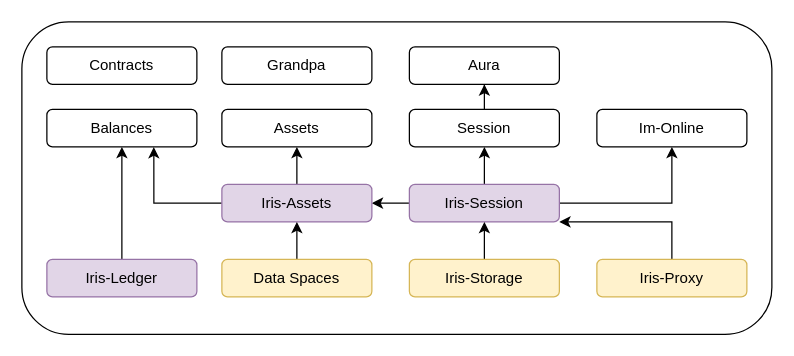
Above: resources/runtime_modules.drawio in ideal-lab5/ideal-lab5.github.io (draw.io), before the change. Source tidied: cells renumbered, new cells numbered last; positions are measured from the earlier drawing's top-left corner, leaving out a move shared by most shapes. Both pictures are drawn from the tidied source at 125%, with x=0, y=0 at pixel (21, 21).
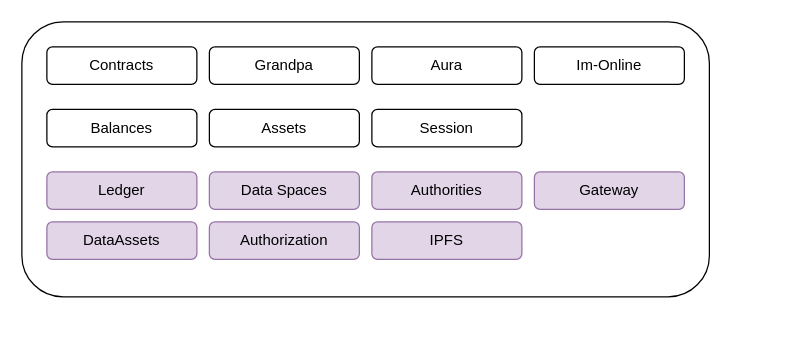
The same page after the edit.

The change refers to these unchanged cells:
```xml
<mxCell id="18" value="Balances" style="rounded=1;whiteSpace=wrap;html=1;" parent="1" vertex="1">
  <mxGeometry x="20" y="70" width="120" height="30" as="geometry" />
</mxCell>
```

Change to the diagram source:
```diff
@@
     <mxCell id="2" style="rounded=1;whiteSpace=wrap;html=1;" parent="1" vertex="1">
-      <mxGeometry width="600" height="250" as="geometry" />
+      <mxGeometry width="550" height="220" as="geometry" />
     </mxCell>
     <mxCell id="3" value="Grandpa" style="rounded=1;whiteSpace=wrap;html=1;" parent="1" vertex="1">
-      <mxGeometry x="160" y="20" width="120" height="30" as="geometry" />
+      <mxGeometry x="150" y="20" width="120" height="30" as="geometry" />
     </mxCell>
     <mxCell id="4" value="Aura" style="rounded=1;whiteSpace=wrap;html=1;" parent="1" vertex="1">
-      <mxGeometry x="310" y="20" width="120" height="30" as="geometry" />
+      <mxGeometry x="280" y="20" width="120" height="30" as="geometry" />
     </mxCell>
-    <mxCell id="5" style="edgeStyle=orthogonalEdgeStyle;rounded=1;jettySize=auto;html=1;" parent="1" edge="1" source="8" target="11">
-      <mxGeometry relative="1" as="geometry" />
-    </mxCell>
-    <mxCell id="6" style="edgeStyle=orthogonalEdgeStyle;rounded=0;jettySize=auto;html=1;" parent="1" edge="1" source="8" target="13">
-      <mxGeometry relative="1" as="geometry" />
-    </mxCell>
-    <mxCell id="7" style="edgeStyle=orthogonalEdgeStyle;rounded=0;jettySize=auto;html=1;entryX=0.5;entryY=1;entryDx=0;entryDy=0;" parent="1" edge="1" source="8" target="15">
-      <mxGeometry relative="1" as="geometry">
-        <Array as="points">
-          <mxPoint x="520" y="145" />
-        </Array>
-      </mxGeometry>
-    </mxCell>
-    <mxCell id="8" value="Iris-Session" style="rounded=1;whiteSpace=wrap;html=1;fillColor=#e1d5e7;strokeColor=#9673a6;" parent="1" vertex="1">
-      <mxGeometry x="310" y="130" width="120" height="30" as="geometry" />
+    <mxCell id="8" value="Authorities" style="rounded=1;whiteSpace=wrap;html=1;fillColor=#e1d5e7;strokeColor=#9673a6;" parent="1" vertex="1">
+      <mxGeometry x="280" y="120" width="120" height="30" as="geometry" />
     </mxCell>
-    <mxCell id="9" style="edgeStyle=orthogonalEdgeStyle;rounded=0;jettySize=auto;html=1;" parent="1" edge="1" source="11" target="14">
-      <mxGeometry relative="1" as="geometry" />
-    </mxCell>
-    <mxCell id="10" style="edgeStyle=orthogonalEdgeStyle;rounded=0;jettySize=auto;html=1;entryX=0.713;entryY=1.006;entryDx=0;entryDy=0;entryPerimeter=0;" parent="1" edge="1" source="11" target="18">
-      <mxGeometry relative="1" as="geometry" />
-    </mxCell>
-    <mxCell id="11" value="Iris-Assets" style="rounded=1;whiteSpace=wrap;html=1;fillColor=#e1d5e7;strokeColor=#9673a6;" parent="1" vertex="1">
-      <mxGeometry x="160" y="130" width="120" height="30" as="geometry" />
+    <mxCell id="11" value="DataAssets" style="rounded=1;whiteSpace=wrap;html=1;fillColor=#e1d5e7;strokeColor=#9673a6;" parent="1" vertex="1">
+      <mxGeometry x="20" y="160" width="120" height="30" as="geometry" />
     </mxCell>
-    <mxCell id="12" style="edgeStyle=orthogonalEdgeStyle;rounded=0;jettySize=auto;html=1;" parent="1" edge="1" source="13" target="4">
-      <mxGeometry relative="1" as="geometry" />
-    </mxCell>
     <mxCell id="13" value="Session" style="rounded=1;whiteSpace=wrap;html=1;" parent="1" vertex="1">
-      <mxGeometry x="310" y="70" width="120" height="30" as="geometry" />
+      <mxGeometry x="280" y="70" width="120" height="30" as="geometry" />
     </mxCell>
     <mxCell id="14" value="Assets" style="rounded=1;whiteSpace=wrap;html=1;" parent="1" vertex="1">
-      <mxGeometry x="160" y="70" width="120" height="30" as="geometry" />
+      <mxGeometry x="150" y="70" width="120" height="30" as="geometry" />
     </mxCell>
     <mxCell id="15" value="Im-Online" style="rounded=1;whiteSpace=wrap;html=1;" parent="1" vertex="1">
-      <mxGeometry x="460" y="70" width="120" height="30" as="geometry" />
+      <mxGeometry x="410" y="20" width="120" height="30" as="geometry" />
     </mxCell>
-    <mxCell id="16" style="edgeStyle=orthogonalEdgeStyle;rounded=0;jettySize=auto;html=1;" parent="1" edge="1" source="17" target="18">
-      <mxGeometry relative="1" as="geometry" />
-    </mxCell>
-    <mxCell id="17" value="Iris-Ledger" style="rounded=1;whiteSpace=wrap;html=1;fillColor=#e1d5e7;strokeColor=#9673a6;" parent="1" vertex="1">
-      <mxGeometry x="20" y="190" width="120" height="30" as="geometry" />
+    <mxCell id="17" value="Ledger" style="rounded=1;whiteSpace=wrap;html=1;fillColor=#e1d5e7;strokeColor=#9673a6;" parent="1" vertex="1">
+      <mxGeometry x="20" y="120" width="120" height="30" as="geometry" />
     </mxCell>
@@
-    <mxCell id="19" style="edgeStyle=orthogonalEdgeStyle;rounded=0;jettySize=auto;html=1;" parent="1" edge="1" source="20" target="8">
-      <mxGeometry relative="1" as="geometry" />
-    </mxCell>
-    <mxCell id="20" value="Iris-Storage" style="rounded=1;whiteSpace=wrap;html=1;fillColor=#fff2cc;strokeColor=#d6b656;" parent="1" vertex="1">
-      <mxGeometry x="310" y="190" width="120" height="30" as="geometry" />
+    <mxCell id="20" value="Authorization" style="rounded=1;whiteSpace=wrap;html=1;fillColor=#e1d5e7;strokeColor=#9673a6;" parent="1" vertex="1">
+      <mxGeometry x="150" y="160" width="120" height="30" as="geometry" />
     </mxCell>
@@
-    <mxCell id="22" style="edgeStyle=orthogonalEdgeStyle;rounded=0;jettySize=auto;html=1;" parent="1" edge="1" source="23">
-      <mxGeometry relative="1" as="geometry">
-        <mxPoint x="220" y="160" as="targetPoint" />
-      </mxGeometry>
-    </mxCell>
-    <mxCell id="23" value="Data Spaces" style="rounded=1;whiteSpace=wrap;html=1;fillColor=#fff2cc;strokeColor=#d6b656;" parent="1" vertex="1">
-      <mxGeometry x="160" y="190" width="120" height="30" as="geometry" />
+    <mxCell id="23" value="Data Spaces" style="rounded=1;whiteSpace=wrap;html=1;fillColor=#e1d5e7;strokeColor=#9673a6;" parent="1" vertex="1">
+      <mxGeometry x="150" y="120" width="120" height="30" as="geometry" />
     </mxCell>
-    <mxCell id="24" style="edgeStyle=orthogonalEdgeStyle;rounded=0;jettySize=auto;html=1;" parent="1" edge="1" source="25" target="8">
-      <mxGeometry relative="1" as="geometry">
-        <Array as="points">
-          <mxPoint x="520" y="160" />
-        </Array>
-      </mxGeometry>
-    </mxCell>
-    <mxCell id="25" value="Iris-Proxy" style="rounded=1;whiteSpace=wrap;html=1;fillColor=#fff2cc;strokeColor=#d6b656;" parent="1" vertex="1">
-      <mxGeometry x="460" y="190" width="120" height="30" as="geometry" />
+    <mxCell id="25" value="Gateway" style="rounded=1;whiteSpace=wrap;html=1;fillColor=#e1d5e7;strokeColor=#9673a6;" parent="1" vertex="1">
+      <mxGeometry x="410" y="120" width="120" height="30" as="geometry" />
     </mxCell>
+    <mxCell id="26" value="IPFS" style="rounded=1;whiteSpace=wrap;html=1;fillColor=#e1d5e7;strokeColor=#9673a6;" parent="1" vertex="1">
+      <mxGeometry x="280" y="160" width="120" height="30" as="geometry" />
+    </mxCell>
+    <mxCell id="27" style="edgeStyle=orthogonalEdgeStyle;rounded=0;orthogonalLoop=1;jettySize=auto;html=1;exitX=0.5;exitY=1;exitDx=0;exitDy=0;" parent="1" edge="1" source="23" target="23">
+      <mxGeometry relative="1" as="geometry" />
+    </mxCell>
```
